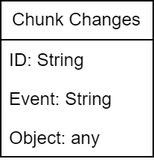
Earlier version of the draw.io export thesis/src/images/Changes.png (Giulcoo/bachelor-thesis). Source tidied: cells renumbered, new cells last; positions are measured from the earlier drawing's top-left corner, leaving out a move shared by most shapes.
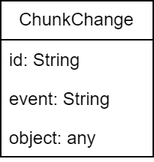
Above is the later version.

Change to the diagram source:
```diff
@@ -2,16 +2,16 @@
   <root>
     <mxCell id="0" />
     <mxCell id="1" parent="0" />
-    <mxCell id="2" value="Chunk Changes" style="swimlane;fontStyle=0;horizontal=1;startSize=26;fillColor=none;whiteSpace=wrap;html=1;" parent="1" vertex="1">
+    <mxCell id="2" value="ChunkChange" style="swimlane;fontStyle=0;horizontal=1;startSize=26;fillColor=none;whiteSpace=wrap;html=1;" parent="1" vertex="1">
       <mxGeometry width="102" height="104" as="geometry" />
     </mxCell>
-    <mxCell id="3" value="ID: String" style="text;strokeColor=none;fillColor=none;align=left;verticalAlign=top;spacingLeft=4;spacingRight=4;overflow=hidden;whiteSpace=wrap;html=1;" parent="2" vertex="1">
+    <mxCell id="3" value="id: String" style="text;strokeColor=none;fillColor=none;align=left;verticalAlign=top;spacingLeft=4;spacingRight=4;overflow=hidden;whiteSpace=wrap;html=1;" parent="2" vertex="1">
       <mxGeometry y="26" width="102" height="26" as="geometry" />
     </mxCell>
-    <mxCell id="4" value="Event: String" style="text;strokeColor=none;fillColor=none;align=left;verticalAlign=top;spacingLeft=4;spacingRight=4;overflow=hidden;whiteSpace=wrap;html=1;" parent="2" vertex="1">
+    <mxCell id="4" value="event: String" style="text;strokeColor=none;fillColor=none;align=left;verticalAlign=top;spacingLeft=4;spacingRight=4;overflow=hidden;whiteSpace=wrap;html=1;" parent="2" vertex="1">
       <mxGeometry y="52" width="102" height="26" as="geometry" />
     </mxCell>
-    <mxCell id="5" value="Object: any" style="text;strokeColor=none;fillColor=none;align=left;verticalAlign=top;spacingLeft=4;spacingRight=4;overflow=hidden;whiteSpace=wrap;html=1;" parent="2" vertex="1">
+    <mxCell id="5" value="object: any" style="text;strokeColor=none;fillColor=none;align=left;verticalAlign=top;spacingLeft=4;spacingRight=4;overflow=hidden;whiteSpace=wrap;html=1;" parent="2" vertex="1">
       <mxGeometry y="78" width="102" height="26" as="geometry" />
     </mxCell>
   </root>
```
